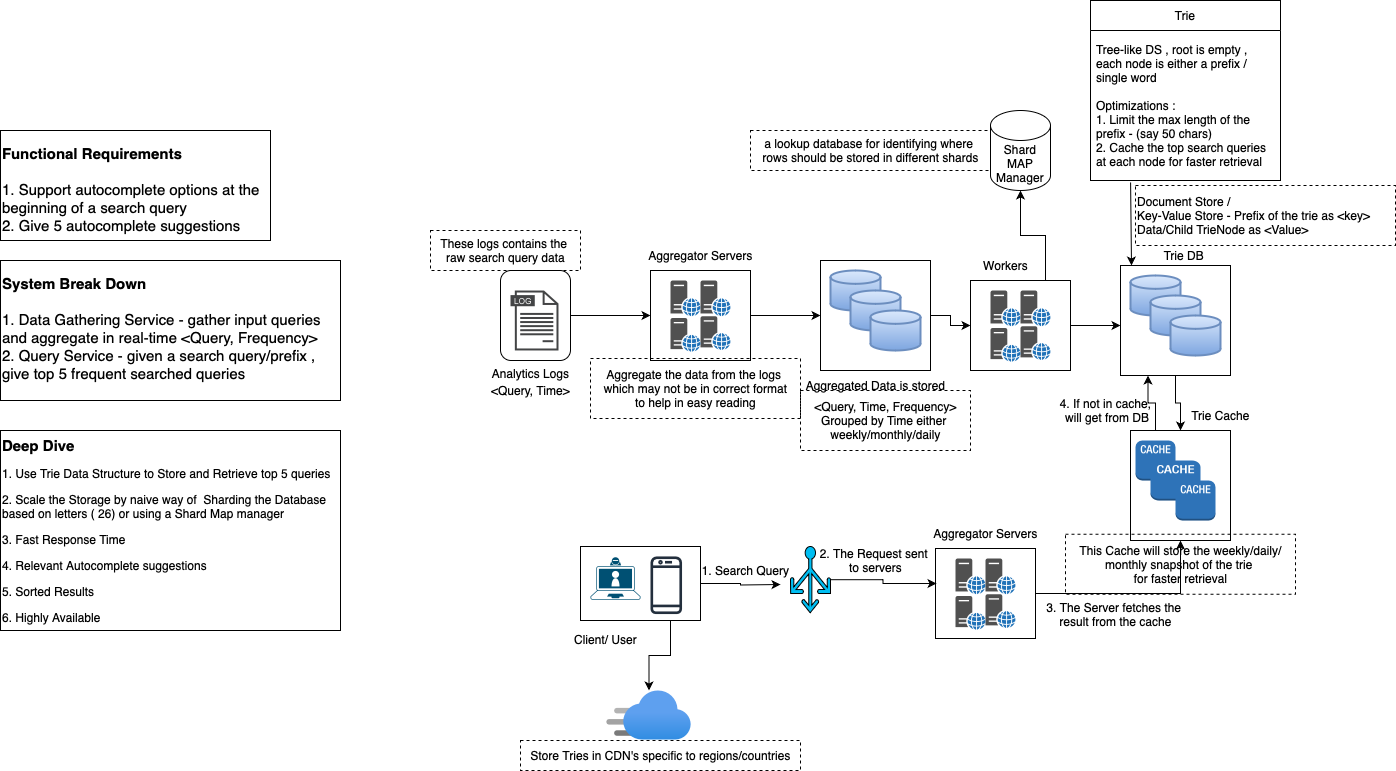
The draw.io diagram Designs/Design Search AutoComplete.drawio.png in chetana-c/SystemDesign, before a commit. Source tidied: cells renumbered, new cells last; positions are measured from the earlier drawing's top-left corner, leaving out a move shared by most shapes.
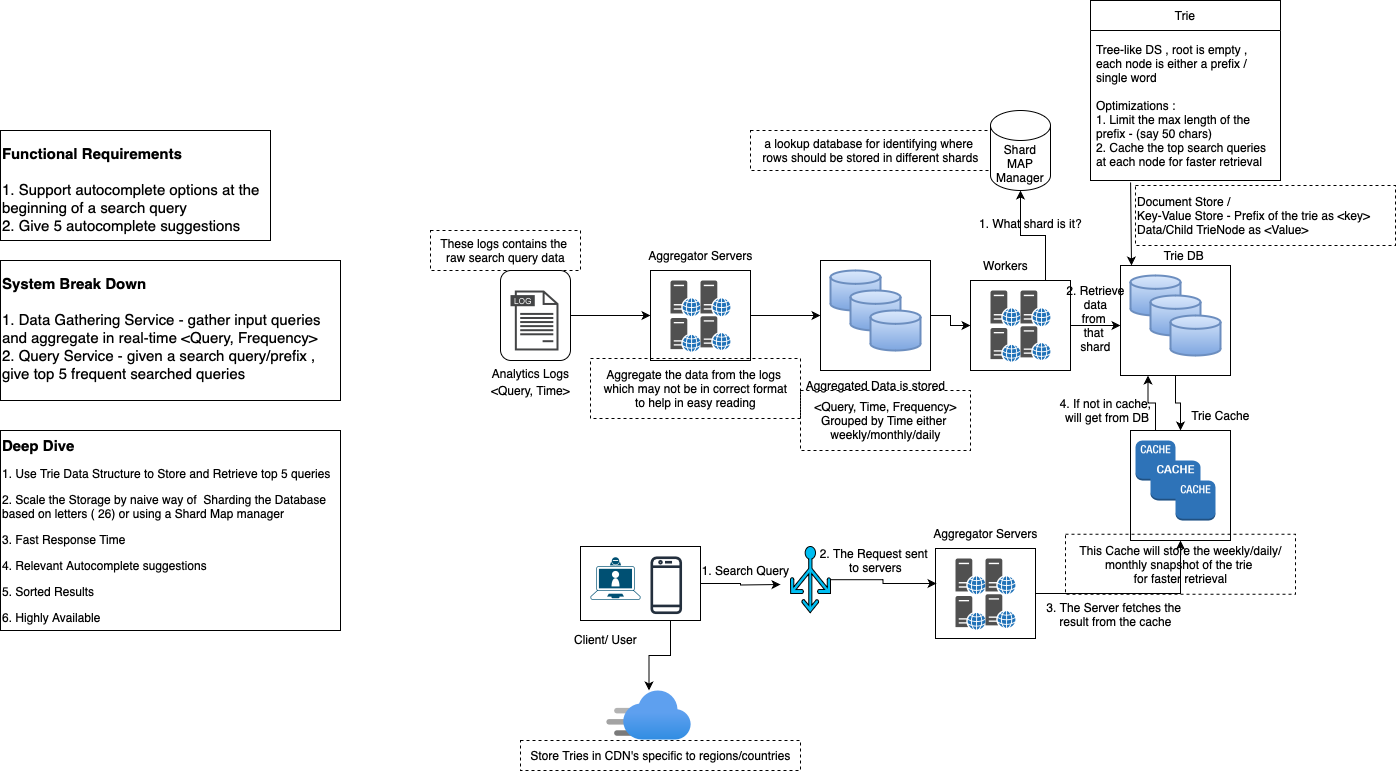
Later version of the same file.

What changed in the source:
```diff
@@ -222,5 +222,11 @@
     <mxCell id="73" style="endArrow=classic;html=1;rounded=0;exitX=0.211;exitY=1.013;exitDx=0;exitDy=0;exitPerimeter=0;entryX=0.1;entryY=0;entryDx=0;entryDy=0;entryPerimeter=0;" parent="1" edge="1" source="68" target="36">
       <mxGeometry relative="1" as="geometry" />
     </mxCell>
+    <mxCell id="74" value="1. What shard is it?" style="text;html=1;align=center;verticalAlign=middle;strokeColor=none;fillColor=none;" parent="1" vertex="1">
+      <mxGeometry x="965" y="208" width="130" height="30" as="geometry" />
+    </mxCell>
+    <mxCell id="75" value="2. Retrieve&lt;div&gt;&amp;nbsp;data&amp;nbsp;&lt;div&gt;from&amp;nbsp;&lt;/div&gt;&lt;div&gt;that&amp;nbsp;&lt;/div&gt;&lt;div&gt;shard&lt;/div&gt;&lt;/div&gt;" style="text;html=1;align=center;verticalAlign=middle;strokeColor=none;fillColor=none;" parent="1" vertex="1">
+      <mxGeometry x="1055" y="278" width="80" height="80" as="geometry" />
+    </mxCell>
   </root>
 </mxGraphModel>
```
